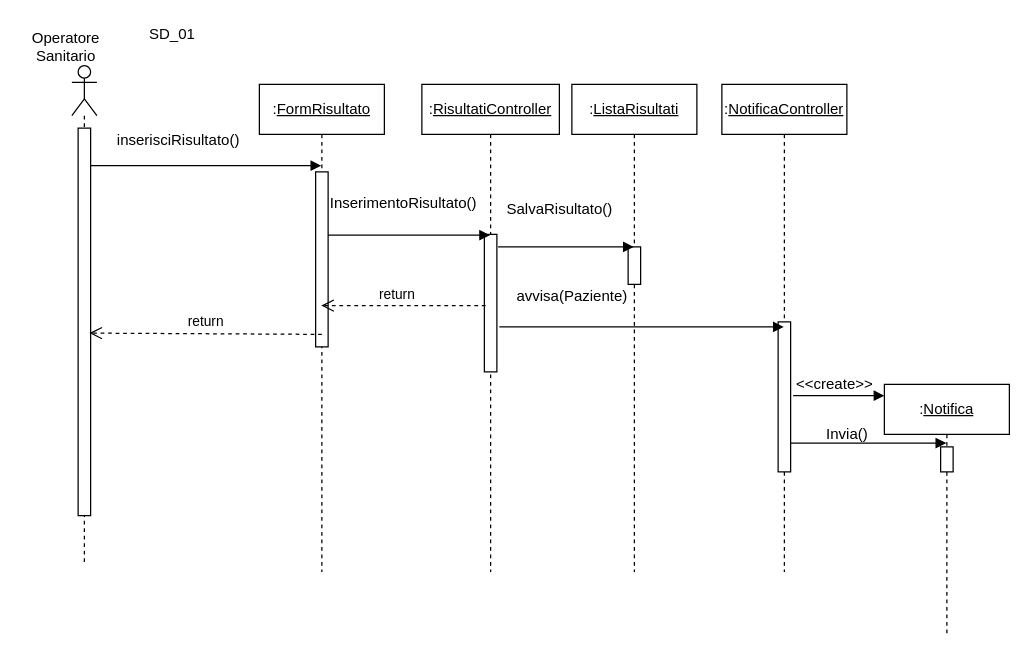
lorycris99/Team-HILO keeps this draw.io diagram as page "UC_01 sequence" (1 of 5) of Diagrammi/Sequence Diagram.drawio. Above is the earlier version. Source tidied: cells renumbered, new cells numbered last; positions are measured from the earlier drawing's top-left corner, leaving out a move shared by most shapes. Both pictures are drawn from the tidied source at 125%, with x=0, y=0 at pixel (21, 21).
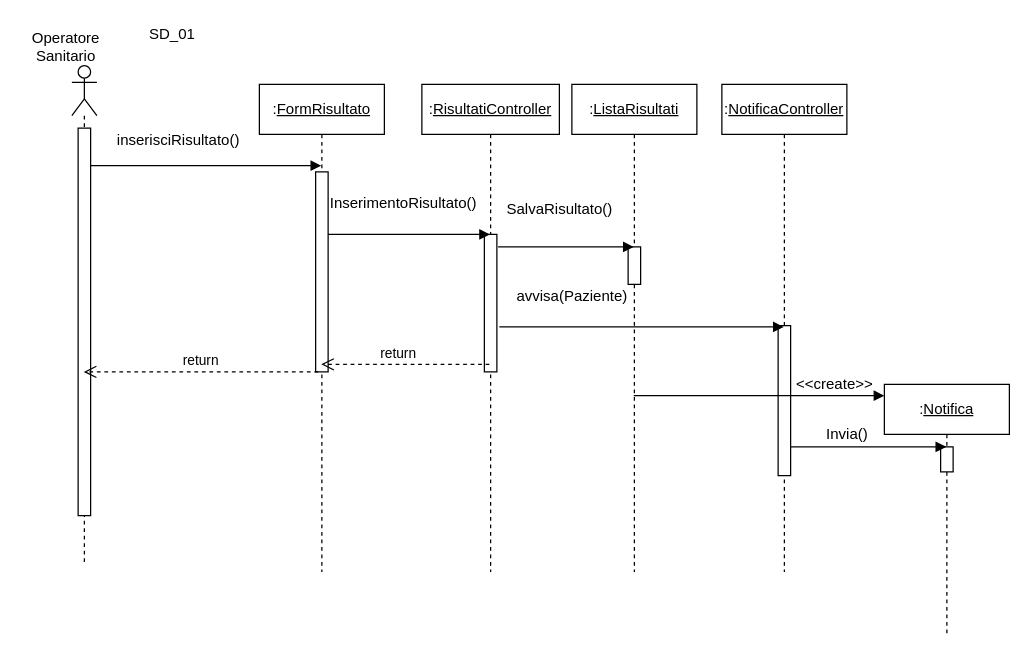
Above is the later version.

Unchanged cells that the change refers to:
```xml
<mxCell id="2" value=":&lt;u&gt;FormRisultato&lt;/u&gt;" style="shape=umlLifeline;perimeter=lifelinePerimeter;whiteSpace=wrap;html=1;outlineConnect=0;" parent="1" vertex="1">
  <mxGeometry x="190" y="50" width="100" height="390" as="geometry" />
</mxCell>
<mxCell id="6" value=":&lt;u&gt;RisultatiController&lt;/u&gt;" style="shape=umlLifeline;perimeter=lifelinePerimeter;whiteSpace=wrap;html=1;outlineConnect=0;size=40;" parent="1" vertex="1">
  <mxGeometry x="320" y="50" width="110" height="390" as="geometry" />
</mxCell>
<mxCell id="7" style="html=1;points=[];perimeter=orthogonalPerimeter;" parent="6" vertex="1">
  <mxGeometry x="50" y="120" width="10" height="110" as="geometry" />
</mxCell>
<mxCell id="8" value=":&lt;u&gt;NotificaController&lt;/u&gt;" style="shape=umlLifeline;perimeter=lifelinePerimeter;whiteSpace=wrap;html=1;outlineConnect=0;" parent="1" vertex="1">
  <mxGeometry x="560" y="50" width="100" height="390" as="geometry" />
</mxCell>
<mxCell id="10" value=":&lt;u&gt;ListaRisultati&lt;/u&gt;" style="shape=umlLifeline;perimeter=lifelinePerimeter;whiteSpace=wrap;html=1;outlineConnect=0;" parent="1" vertex="1">
  <mxGeometry x="440" y="50" width="100" height="390" as="geometry" />
</mxCell>
<mxCell id="15" style="shape=umlLifeline;participant=umlActor;perimeter=lifelinePerimeter;whiteSpace=wrap;html=1;verticalAlign=top;spacingTop=36;outlineConnect=0;" parent="1" vertex="1">
  <mxGeometry x="40" y="35" width="20" height="400" as="geometry" />
</mxCell>
<mxCell id="17" style="html=1;points=[];perimeter=orthogonalPerimeter;" parent="15" vertex="1">
  <mxGeometry x="5" y="50" width="10" height="310" as="geometry" />
</mxCell>
```

Change to the diagram source:
```diff
@@
     <mxCell id="3" style="html=1;points=[];perimeter=orthogonalPerimeter;" parent="2" vertex="1">
-      <mxGeometry x="45" y="70" width="10" height="140" as="geometry" />
+      <mxGeometry x="45" y="70" width="10" height="160" as="geometry" />
     </mxCell>
@@
     <mxCell id="9" style="html=1;points=[];perimeter=orthogonalPerimeter;" parent="8" vertex="1">
-      <mxGeometry x="45" y="190" width="10" height="120" as="geometry" />
+      <mxGeometry x="45" y="193" width="10" height="120" as="geometry" />
     </mxCell>
@@
-    <mxCell id="19" style="html=1;verticalAlign=bottom;endArrow=block;exitX=1;exitY=0.362;exitDx=0;exitDy=0;exitPerimeter=0;" parent="1" edge="1" source="3" target="6">
-      <mxGeometry x="0.11" y="-20" relative="1" as="geometry" />
+    <mxCell id="19" style="html=1;verticalAlign=bottom;endArrow=block;" parent="1" edge="1" target="6">
+      <mxGeometry x="0.11" y="-20" relative="1" as="geometry">
+        <mxPoint x="245" y="170" as="sourcePoint" />
+      </mxGeometry>
     </mxCell>
@@
-    <mxCell id="25" value="return" style="html=1;verticalAlign=bottom;endArrow=open;dashed=1;endSize=8;exitX=0.1;exitY=0.518;exitDx=0;exitDy=0;exitPerimeter=0;" parent="1" edge="1" source="7" target="2">
+    <mxCell id="25" value="return" style="html=1;verticalAlign=bottom;endArrow=open;dashed=1;endSize=8;exitX=0.4;exitY=0.945;exitDx=0;exitDy=0;exitPerimeter=0;" parent="1" edge="1" source="7" target="2">
       <mxGeometry x="0.08" relative="1" as="geometry" />
     </mxCell>
-    <mxCell id="26" style="html=1;verticalAlign=bottom;endArrow=block;exitX=1.2;exitY=0.492;exitDx=0;exitDy=0;exitPerimeter=0;" parent="1" edge="1" source="9">
+    <mxCell id="26" style="html=1;verticalAlign=bottom;endArrow=block;" parent="1" edge="1" source="10">
       <mxGeometry x="-0.33" y="-20" relative="1" as="geometry">
         <mxPoint x="690" y="299" as="targetPoint" />
       </mxGeometry>
     </mxCell>
@@
-    <mxCell id="28" value="return" style="html=1;verticalAlign=bottom;endArrow=open;dashed=1;endSize=8;entryX=0.9;entryY=0.529;entryDx=0;entryDy=0;entryPerimeter=0;" parent="1" edge="1" target="17">
-      <mxGeometry relative="1" as="geometry">
-        <mxPoint x="240" y="250" as="sourcePoint" />
-      </mxGeometry>
+    <mxCell id="28" value="return" style="html=1;verticalAlign=bottom;endArrow=open;dashed=1;endSize=8;exitX=0.2;exitY=1;exitDx=0;exitDy=0;exitPerimeter=0;" parent="1" edge="1" source="3" target="15">
+      <mxGeometry relative="1" as="geometry" />
     </mxCell>
```
